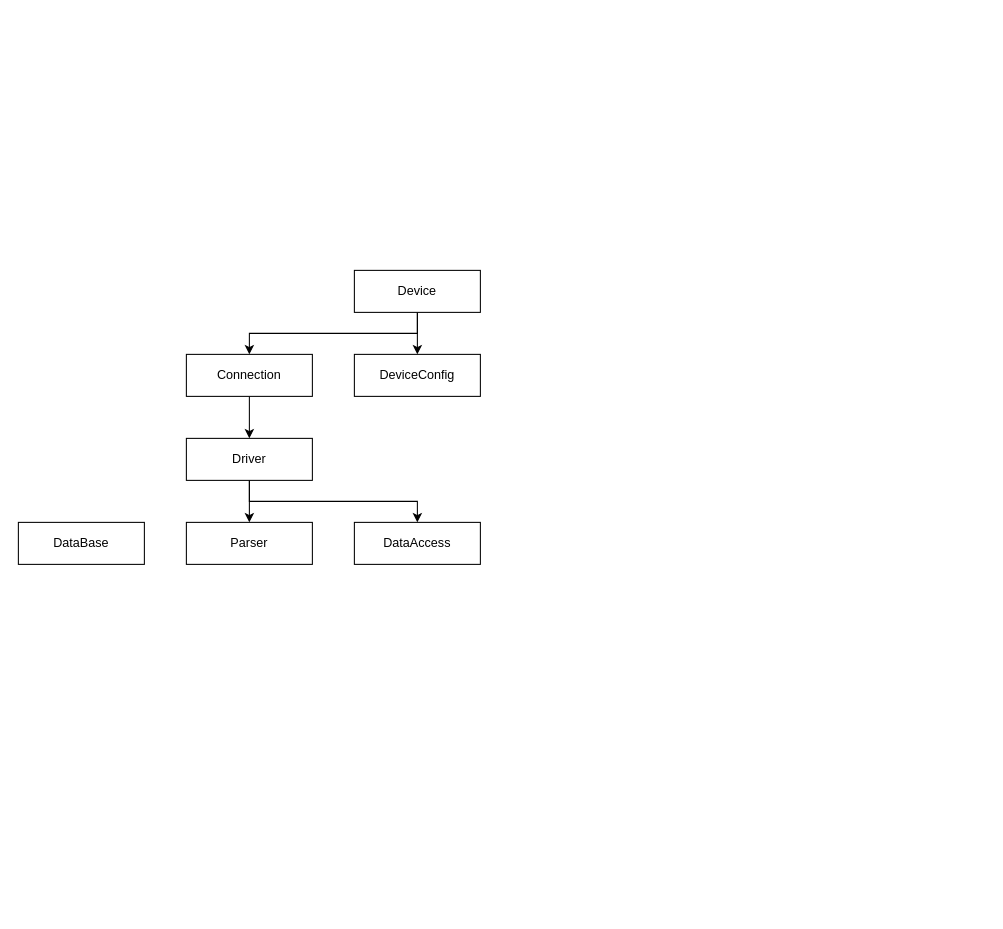
This is page "Архитектура" (1 of 4) of Пу-пу-пууу.drawio from EgoreTTa/DeviceManager, a draw.io file, before an edit. Source tidied: cells renumbered, new cells numbered last; positions are measured from the earlier drawing's top-left corner, leaving out a move shared by most shapes. Both pictures are drawn from the tidied source at 105%, with x=0, y=0 at pixel (18, 270).
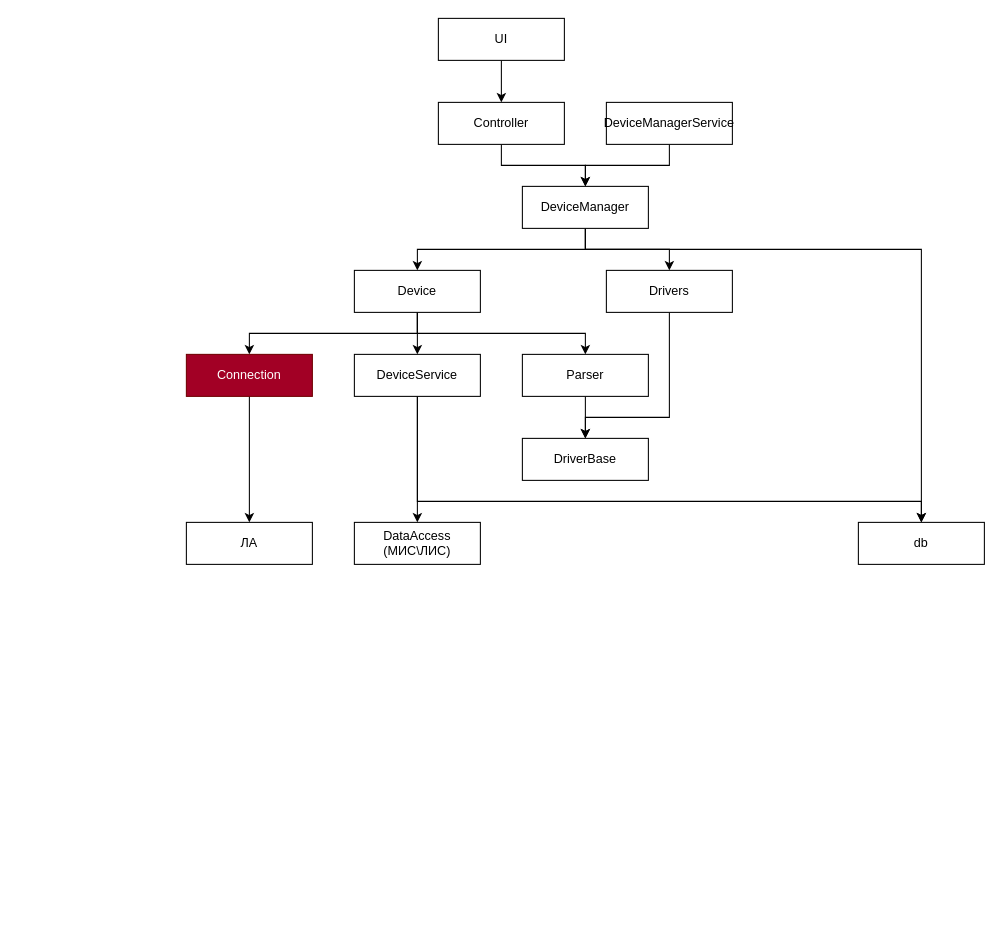
The same page after the edit.

Unchanged cells that the change refers to:
```xml
<mxCell id="12" value="Device" style="rounded=0;whiteSpace=wrap;html=1;" parent="1" vertex="1">
  <mxGeometry x="320" width="120" height="40" as="geometry" />
</mxCell>
```

What changed in the source:
```diff
@@
-    <mxCell id="2" style="edgeStyle=orthogonalEdgeStyle;rounded=0;jettySize=auto;html=1;exitX=0.5;exitY=1;exitDx=0;exitDy=0;entryX=0.5;entryY=0;entryDx=0;entryDy=0;" parent="1" edge="1" source="3" target="6">
-      <mxGeometry relative="1" as="geometry" />
-    </mxCell>
-    <mxCell id="3" value="Connection" style="rounded=0;whiteSpace=wrap;html=1;" parent="1" vertex="1">
-      <mxGeometry x="160" y="80" width="120" height="40" as="geometry" />
-    </mxCell>
-    <mxCell id="4" style="edgeStyle=orthogonalEdgeStyle;rounded=0;jettySize=auto;html=1;exitX=0.5;exitY=1;exitDx=0;exitDy=0;entryX=0.5;entryY=0;entryDx=0;entryDy=0;jumpStyle=line;" parent="1" edge="1" source="6" target="7">
-      <mxGeometry relative="1" as="geometry" />
-    </mxCell>
-    <mxCell id="5" style="edgeStyle=orthogonalEdgeStyle;rounded=0;jettySize=auto;html=1;exitX=0.5;exitY=1;exitDx=0;exitDy=0;entryX=0.5;entryY=0;entryDx=0;entryDy=0;jumpStyle=line;" parent="1" edge="1" source="6" target="8">
-      <mxGeometry relative="1" as="geometry" />
-    </mxCell>
-    <mxCell id="6" value="Driver" style="rounded=0;whiteSpace=wrap;html=1;" parent="1" vertex="1">
-      <mxGeometry x="160" y="160" width="120" height="40" as="geometry" />
-    </mxCell>
-    <mxCell id="7" value="Parser" style="rounded=0;whiteSpace=wrap;html=1;" parent="1" vertex="1">
-      <mxGeometry x="160" y="240" width="120" height="40" as="geometry" />
-    </mxCell>
-    <mxCell id="8" value="DataAccess" style="rounded=0;whiteSpace=wrap;html=1;" parent="1" vertex="1">
-      <mxGeometry x="320" y="240" width="120" height="40" as="geometry" />
-    </mxCell>
-    <mxCell id="9" value="DataBase" style="rounded=0;whiteSpace=wrap;html=1;" parent="1" vertex="1">
-      <mxGeometry y="240" width="120" height="40" as="geometry" />
-    </mxCell>
-    <mxCell id="10" style="edgeStyle=orthogonalEdgeStyle;rounded=0;jettySize=auto;html=1;exitX=0.5;exitY=1;exitDx=0;exitDy=0;entryX=0.5;entryY=0;entryDx=0;entryDy=0;" parent="1" edge="1" source="12" target="13">
-      <mxGeometry relative="1" as="geometry" />
-    </mxCell>
+    <mxCell id="14" value="&lt;pre style=&quot;font-family:'Cascadia Mono';font-size:9pt;color:#000000&quot;&gt;&lt;/pre&gt;" style="text;whiteSpace=wrap;html=1;" parent="1" vertex="1">
+      <mxGeometry x="460" y="570" width="30" height="40" as="geometry" />
+    </mxCell>
+    <mxCell id="15" value="&lt;pre style=&quot;font-family:'Cascadia Mono';font-size:9pt;color:#000000&quot;&gt;&lt;/pre&gt;" style="text;whiteSpace=wrap;html=1;" parent="1" vertex="1">
+      <mxGeometry x="500" y="-20" width="30" height="40" as="geometry" />
+    </mxCell>
+    <mxCell id="16" style="edgeStyle=orthogonalEdgeStyle;rounded=0;jettySize=auto;html=1;exitX=0.5;exitY=1;exitDx=0;exitDy=0;entryX=0.5;entryY=0;entryDx=0;entryDy=0;" parent="1" edge="1" source="30" target="29">
+      <mxGeometry relative="1" as="geometry">
+        <Array as="points">
+          <mxPoint x="380" y="220" />
+          <mxPoint x="860" y="220" />
+        </Array>
+      </mxGeometry>
+    </mxCell>
+    <mxCell id="17" style="edgeStyle=orthogonalEdgeStyle;rounded=0;jettySize=auto;html=1;exitX=0.5;exitY=1;exitDx=0;exitDy=0;entryX=0.5;entryY=0;entryDx=0;entryDy=0;" parent="1" edge="1" source="20" target="12">
+      <mxGeometry relative="1" as="geometry">
+        <Array as="points">
+          <mxPoint x="540" y="-20" />
+          <mxPoint x="380" y="-20" />
+        </Array>
+      </mxGeometry>
+    </mxCell>
+    <mxCell id="18" style="edgeStyle=orthogonalEdgeStyle;rounded=0;jettySize=auto;html=1;exitX=0.5;exitY=1;exitDx=0;exitDy=0;entryX=0.5;entryY=0;entryDx=0;entryDy=0;" parent="1" edge="1" source="20" target="29">
+      <mxGeometry relative="1" as="geometry">
+        <Array as="points">
+          <mxPoint x="540" y="-20" />
+          <mxPoint x="860" y="-20" />
+        </Array>
+      </mxGeometry>
+    </mxCell>
+    <mxCell id="19" style="edgeStyle=orthogonalEdgeStyle;rounded=0;jettySize=auto;html=1;exitX=0.5;exitY=1;exitDx=0;exitDy=0;entryX=0.5;entryY=0;entryDx=0;entryDy=0;" parent="1" edge="1" source="20" target="37">
+      <mxGeometry relative="1" as="geometry" />
+    </mxCell>
+    <mxCell id="20" value="DeviceManager" style="rounded=0;whiteSpace=wrap;html=1;" parent="1" vertex="1">
+      <mxGeometry x="480" y="-80" width="120" height="40" as="geometry" />
+    </mxCell>
+    <mxCell id="21" style="edgeStyle=orthogonalEdgeStyle;rounded=0;jettySize=auto;html=1;exitX=0.5;exitY=1;exitDx=0;exitDy=0;entryX=0.5;entryY=0;entryDx=0;entryDy=0;" parent="1" edge="1" source="22" target="26">
+      <mxGeometry relative="1" as="geometry" />
+    </mxCell>
+    <mxCell id="22" value="UI" style="rounded=0;whiteSpace=wrap;html=1;" parent="1" vertex="1">
+      <mxGeometry x="400" y="-240" width="120" height="40" as="geometry" />
+    </mxCell>
+    <mxCell id="23" value="DataAccess&lt;br&gt;(МИС\ЛИС)" style="rounded=0;whiteSpace=wrap;html=1;" parent="1" vertex="1">
+      <mxGeometry x="320" y="240" width="120" height="40" as="geometry" />
+    </mxCell>
+    <mxCell id="24" style="edgeStyle=orthogonalEdgeStyle;rounded=0;jettySize=auto;html=1;entryX=0.5;entryY=0;entryDx=0;entryDy=0;exitX=0.5;exitY=1;exitDx=0;exitDy=0;" parent="1" edge="1" source="30" target="23">
+      <mxGeometry relative="1" as="geometry" />
+    </mxCell>
+    <mxCell id="25" style="edgeStyle=orthogonalEdgeStyle;rounded=0;jettySize=auto;html=1;exitX=0.5;exitY=1;exitDx=0;exitDy=0;entryX=0.5;entryY=0;entryDx=0;entryDy=0;" parent="1" edge="1" source="26" target="20">
+      <mxGeometry relative="1" as="geometry" />
+    </mxCell>
+    <mxCell id="26" value="Controller" style="rounded=0;whiteSpace=wrap;html=1;" parent="1" vertex="1">
+      <mxGeometry x="400" y="-160" width="120" height="40" as="geometry" />
+    </mxCell>
+    <mxCell id="27" style="edgeStyle=orthogonalEdgeStyle;rounded=0;jettySize=auto;html=1;exitX=0.5;exitY=1;exitDx=0;exitDy=0;entryX=0.5;entryY=0;entryDx=0;entryDy=0;" parent="1" edge="1" source="28" target="20">
+      <mxGeometry relative="1" as="geometry" />
+    </mxCell>
+    <mxCell id="28" value="DeviceManagerService" style="rounded=0;whiteSpace=wrap;html=1;" parent="1" vertex="1">
+      <mxGeometry x="560" y="-160" width="120" height="40" as="geometry" />
+    </mxCell>
+    <mxCell id="29" value="db" style="rounded=0;whiteSpace=wrap;html=1;" parent="1" vertex="1">
+      <mxGeometry x="800" y="240" width="120" height="40" as="geometry" />
+    </mxCell>
+    <mxCell id="30" value="DeviceService" style="rounded=0;whiteSpace=wrap;html=1;" parent="1" vertex="1">
+      <mxGeometry x="320" y="80" width="120" height="40" as="geometry" />
+    </mxCell>
+    <mxCell id="31" style="edgeStyle=orthogonalEdgeStyle;rounded=0;jettySize=auto;html=1;exitX=0.5;exitY=1;exitDx=0;exitDy=0;entryX=0.5;entryY=0;entryDx=0;entryDy=0;" parent="1" edge="1" source="12" target="30">
+      <mxGeometry relative="1" as="geometry" />
+    </mxCell>
+    <mxCell id="32" style="edgeStyle=orthogonalEdgeStyle;rounded=0;jettySize=auto;html=1;exitX=0.5;exitY=1;exitDx=0;exitDy=0;entryX=0.5;entryY=0;entryDx=0;entryDy=0;" parent="1" edge="1" source="12" target="7">
+      <mxGeometry relative="1" as="geometry">
+        <Array as="points">
+          <mxPoint x="380" y="60" />
+          <mxPoint x="540" y="60" />
+        </Array>
+      </mxGeometry>
+    </mxCell>
     <mxCell id="11" style="edgeStyle=orthogonalEdgeStyle;rounded=0;jettySize=auto;html=1;exitX=0.5;exitY=1;exitDx=0;exitDy=0;entryX=0.5;entryY=0;entryDx=0;entryDy=0;" parent="1" edge="1" source="12" target="3">
-      <mxGeometry relative="1" as="geometry" />
+      <mxGeometry relative="1" as="geometry">
+        <Array as="points">
+          <mxPoint x="380" y="60" />
+          <mxPoint x="220" y="60" />
+        </Array>
+      </mxGeometry>
     </mxCell>
@@
-    <mxCell id="13" value="DeviceConfig" style="rounded=0;whiteSpace=wrap;html=1;" parent="1" vertex="1">
-      <mxGeometry x="320" y="80" width="120" height="40" as="geometry" />
-    </mxCell>
+    <mxCell id="33" value="ЛА" style="rounded=0;whiteSpace=wrap;html=1;" parent="1" vertex="1">
+      <mxGeometry x="160" y="240" width="120" height="40" as="geometry" />
+    </mxCell>
+    <mxCell id="34" style="edgeStyle=orthogonalEdgeStyle;rounded=0;jettySize=auto;html=1;exitX=0.5;exitY=1;exitDx=0;exitDy=0;entryX=0.5;entryY=0;entryDx=0;entryDy=0;" parent="1" edge="1" source="3" target="33">
+      <mxGeometry relative="1" as="geometry" />
+    </mxCell>
+    <mxCell id="3" value="Connection" style="rounded=0;whiteSpace=wrap;html=1;fillColor=#a20025;fontColor=#ffffff;strokeColor=#6F0000;" parent="1" vertex="1">
+      <mxGeometry x="160" y="80" width="120" height="40" as="geometry" />
+    </mxCell>
+    <mxCell id="35" style="edgeStyle=orthogonalEdgeStyle;rounded=0;jettySize=auto;html=1;exitX=0.5;exitY=1;exitDx=0;exitDy=0;entryX=0.5;entryY=0;entryDx=0;entryDy=0;" parent="1" edge="1" source="7" target="38">
+      <mxGeometry relative="1" as="geometry" />
+    </mxCell>
+    <mxCell id="7" value="Parser" style="rounded=0;whiteSpace=wrap;html=1;" parent="1" vertex="1">
+      <mxGeometry x="480" y="80" width="120" height="40" as="geometry" />
+    </mxCell>
+    <mxCell id="36" style="edgeStyle=orthogonalEdgeStyle;rounded=0;jettySize=auto;html=1;exitX=0.5;exitY=1;exitDx=0;exitDy=0;entryX=0.5;entryY=0;entryDx=0;entryDy=0;" parent="1" edge="1" source="37" target="38">
+      <mxGeometry relative="1" as="geometry">
+        <Array as="points">
+          <mxPoint x="620" y="140" />
+          <mxPoint x="540" y="140" />
+        </Array>
+      </mxGeometry>
+    </mxCell>
+    <mxCell id="37" value="Drivers" style="rounded=0;whiteSpace=wrap;html=1;" parent="1" vertex="1">
+      <mxGeometry x="560" width="120" height="40" as="geometry" />
+    </mxCell>
+    <mxCell id="38" value="DriverBase" style="rounded=0;whiteSpace=wrap;html=1;" parent="1" vertex="1">
+      <mxGeometry x="480" y="160" width="120" height="40" as="geometry" />
+    </mxCell>
```
